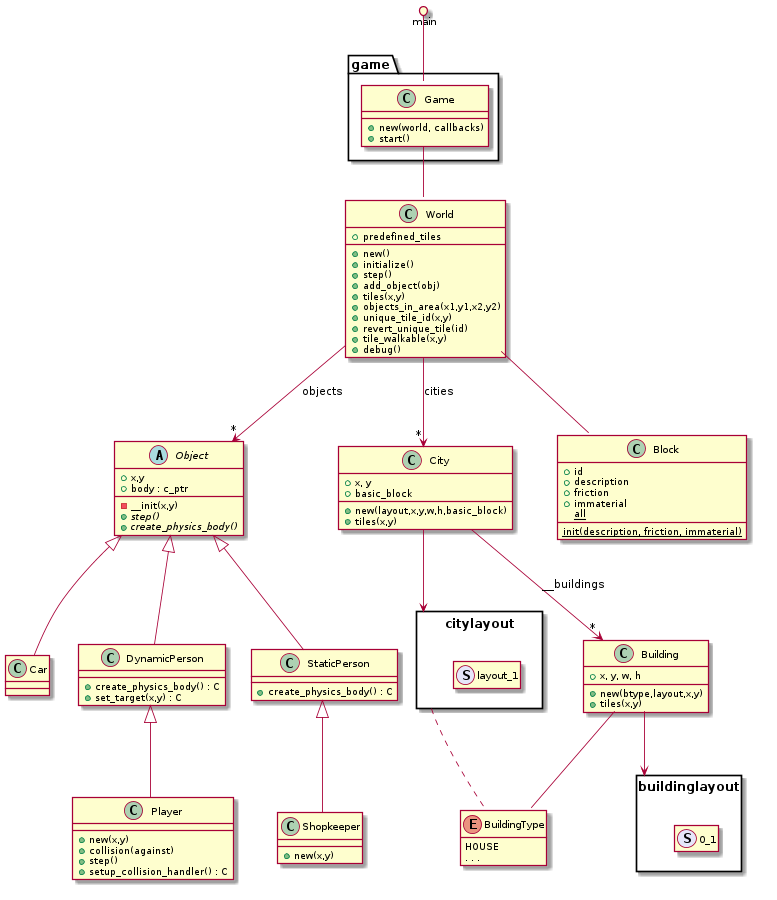
andrenho/newhope keeps this PlantUML diagram as doc/classes.png. Above is the earlier version.
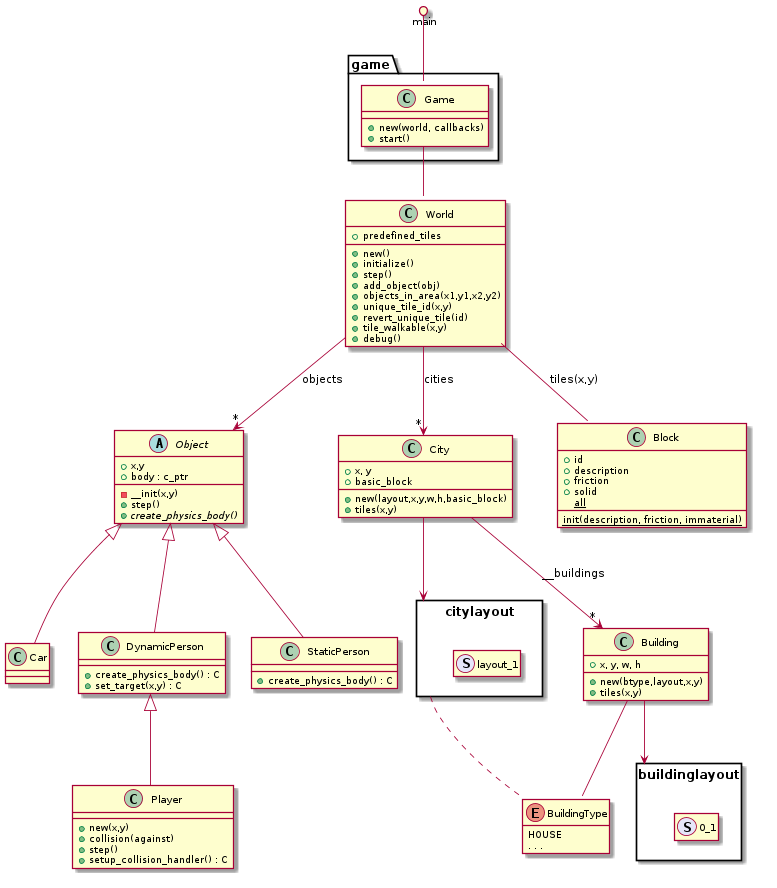
After the commit.

Diff of the diagram source:
```diff
@@ -7,7 +7,6 @@
 Object <|-- StaticPerson
 Object <|-- Car
 DynamicPerson <|-- Player
-StaticPerson <|-- Shopkeeper
 
 package game {
   class Game
@@ -32,7 +31,7 @@
 City --> citylayout
 citylayout .. enum BuildingType
 
-World -- enum Block
+World -- Block : tiles(x,y)
 
 class Game {
   +new(world, callbacks)
@@ -44,7 +43,6 @@
   +initialize()
   +step()
   +add_object(obj)
-  +tiles(x,y)
   +objects_in_area(x1,y1,x2,y2)
   +unique_tile_id(x,y)
   +revert_unique_tile(id)
@@ -57,7 +55,7 @@
   +x,y
   -__init(x,y)
   +body : c_ptr
-  +{abstract} step()
+  +step()
   +{abstract} create_physics_body()
 }
 
@@ -77,10 +75,6 @@
   +setup_collision_handler() : C
 }
 
-class Shopkeeper {
-  +new(x,y)
-}
-
 class City {
   +x, y
   +basic_block
@@ -98,7 +92,7 @@
   +id
   +description
   +friction
-  +immaterial
+  +solid
   {static} +all
   {static} +init(description, friction, immaterial)
 }
```
